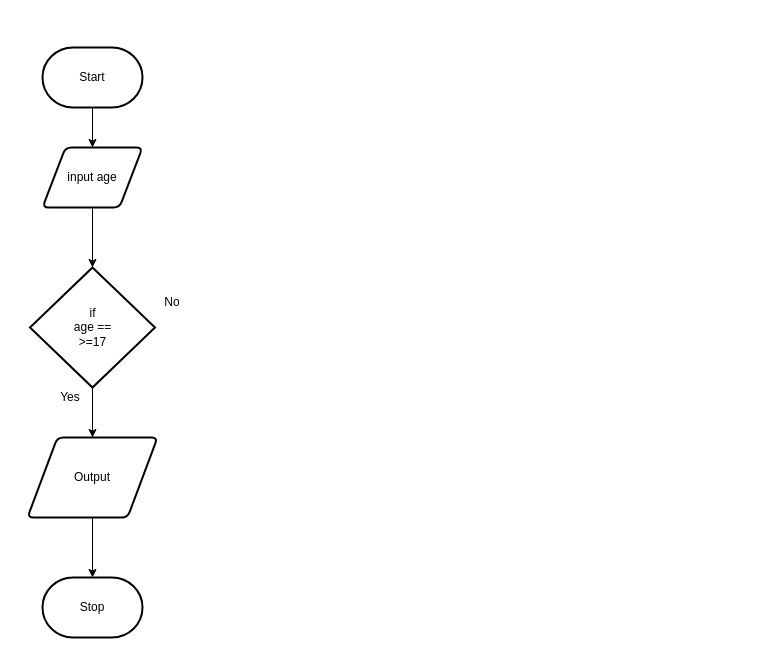
Liya-Getachew/ICS2O-Unit5-03-JS keeps this draw.io diagram as design/flow-chart.drawio. Above is the earlier version. Source tidied: cells renumbered, new cells numbered last; positions are measured from the earlier drawing's top-left corner, leaving out a move shared by most shapes. Both pictures are drawn from the tidied source at 100%, with x=0, y=0 at pixel (27, 47).
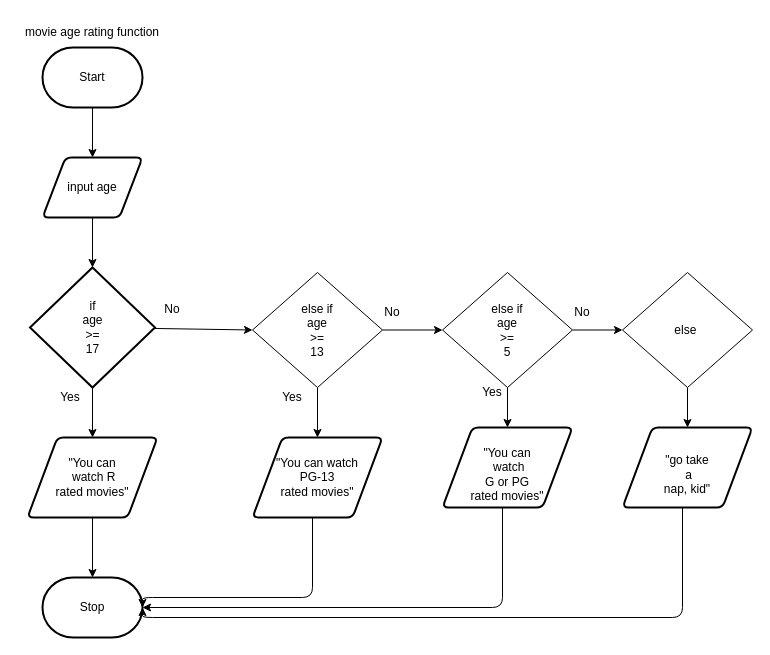
After the change.

Commit message (it also covers changes not shown here):
chart and board edit

Unchanged cells that the change refers to:
```xml
<mxCell id="8" value="Stop" style="strokeWidth=2;html=1;shape=mxgraph.flowchart.terminator;whiteSpace=wrap;" parent="1" vertex="1">
  <mxGeometry x="15" y="530" width="100" height="60" as="geometry" />
</mxCell>
```

What changed in the source:
```diff
@@
     <mxCell id="5" value="input age" style="shape=parallelogram;html=1;strokeWidth=2;perimeter=parallelogramPerimeter;whiteSpace=wrap;rounded=1;arcSize=12;size=0.23;" parent="1" vertex="1">
-      <mxGeometry x="15" y="100" width="100" height="60" as="geometry" />
+      <mxGeometry x="15" y="110" width="100" height="60" as="geometry" />
     </mxCell>
@@
-    <mxCell id="7" value="Output" style="shape=parallelogram;html=1;strokeWidth=2;perimeter=parallelogramPerimeter;whiteSpace=wrap;rounded=1;arcSize=12;size=0.23;" parent="1" vertex="1">
+    <mxCell id="7" value="&quot;You can&lt;br&gt;&amp;nbsp;watch R&lt;br&gt;rated movies&quot;" style="shape=parallelogram;html=1;strokeWidth=2;perimeter=parallelogramPerimeter;whiteSpace=wrap;rounded=1;arcSize=12;size=0.23;" parent="1" vertex="1">
       <mxGeometry y="390" width="130" height="80" as="geometry" />
     </mxCell>
@@
+    <mxCell id="13" style="edgeStyle=none;html=1;entryX=0;entryY=0.5;entryDx=0;entryDy=0;" parent="1" edge="1" source="10" target="17">
+      <mxGeometry relative="1" as="geometry" />
+    </mxCell>
-    <mxCell id="10" value="if&lt;br&gt;age ==&lt;br&gt;&amp;gt;=17" style="strokeWidth=2;html=1;shape=mxgraph.flowchart.decision;whiteSpace=wrap;" parent="1" vertex="1">
+    <mxCell id="10" value="if&lt;br&gt;age &lt;br&gt;&amp;gt;= &lt;br&gt;17" style="strokeWidth=2;html=1;shape=mxgraph.flowchart.decision;whiteSpace=wrap;" parent="1" vertex="1">
       <mxGeometry x="2.5" y="220" width="125" height="120" as="geometry" />
     </mxCell>
@@
     <mxCell id="12" value="No" style="text;html=1;strokeColor=none;fillColor=none;align=center;verticalAlign=middle;whiteSpace=wrap;rounded=0;" parent="1" vertex="1">
-      <mxGeometry x="115" y="240" width="60" height="30" as="geometry" />
+      <mxGeometry x="115" y="247" width="60" height="30" as="geometry" />
     </mxCell>
+    <mxCell id="14" value="movie age rating function" style="text;html=1;strokeColor=none;fillColor=none;align=center;verticalAlign=middle;whiteSpace=wrap;rounded=0;" parent="1" vertex="1">
+      <mxGeometry x="-10" y="-30" width="150" height="30" as="geometry" />
+    </mxCell>
+    <mxCell id="15" style="edgeStyle=none;html=1;entryX=0.5;entryY=0;entryDx=0;entryDy=0;" parent="1" edge="1" source="17" target="19">
+      <mxGeometry relative="1" as="geometry" />
+    </mxCell>
+    <mxCell id="16" style="edgeStyle=none;html=1;entryX=0;entryY=0.5;entryDx=0;entryDy=0;" parent="1" edge="1" source="17" target="24">
+      <mxGeometry relative="1" as="geometry" />
+    </mxCell>
+    <mxCell id="17" value="else if&lt;br&gt;age &lt;br&gt;&amp;gt;=&lt;br&gt;13" style="rhombus;whiteSpace=wrap;html=1;" parent="1" vertex="1">
+      <mxGeometry x="225" y="225" width="130" height="115" as="geometry" />
+    </mxCell>
+    <mxCell id="18" style="edgeStyle=orthogonalEdgeStyle;html=1;entryX=1;entryY=0.5;entryDx=0;entryDy=0;entryPerimeter=0;" parent="1" edge="1" source="19" target="8">
+      <mxGeometry relative="1" as="geometry">
+        <Array as="points">
+          <mxPoint x="285" y="550" />
+          <mxPoint x="115" y="550" />
+        </Array>
+      </mxGeometry>
+    </mxCell>
+    <mxCell id="19" value="&quot;You can watch &lt;br&gt;PG-13&lt;br&gt;rated movies&quot;" style="shape=parallelogram;html=1;strokeWidth=2;perimeter=parallelogramPerimeter;whiteSpace=wrap;rounded=1;arcSize=12;size=0.23;" parent="1" vertex="1">
+      <mxGeometry x="225" y="390" width="130" height="80" as="geometry" />
+    </mxCell>
+    <mxCell id="20" value="Yes" style="text;html=1;strokeColor=none;fillColor=none;align=center;verticalAlign=middle;whiteSpace=wrap;rounded=0;" parent="1" vertex="1">
+      <mxGeometry x="235" y="335" width="60" height="30" as="geometry" />
+    </mxCell>
+    <mxCell id="21" value="No" style="text;html=1;strokeColor=none;fillColor=none;align=center;verticalAlign=middle;whiteSpace=wrap;rounded=0;" parent="1" vertex="1">
+      <mxGeometry x="335" y="250" width="60" height="30" as="geometry" />
+    </mxCell>
+    <mxCell id="22" style="edgeStyle=orthogonalEdgeStyle;html=1;entryX=0.5;entryY=0;entryDx=0;entryDy=0;" parent="1" edge="1" source="24" target="26">
+      <mxGeometry relative="1" as="geometry" />
+    </mxCell>
+    <mxCell id="23" style="edgeStyle=orthogonalEdgeStyle;html=1;entryX=0;entryY=0.5;entryDx=0;entryDy=0;" parent="1" edge="1" source="24" target="29">
+      <mxGeometry relative="1" as="geometry" />
+    </mxCell>
+    <mxCell id="24" value="else if&lt;br&gt;age &lt;br&gt;&amp;gt;=&lt;br&gt;5" style="rhombus;whiteSpace=wrap;html=1;" parent="1" vertex="1">
+      <mxGeometry x="415" y="225" width="130" height="115" as="geometry" />
+    </mxCell>
+    <mxCell id="25" style="edgeStyle=orthogonalEdgeStyle;html=1;entryX=1;entryY=0.5;entryDx=0;entryDy=0;entryPerimeter=0;" parent="1" edge="1" source="26" target="8">
+      <mxGeometry relative="1" as="geometry">
+        <Array as="points">
+          <mxPoint x="475" y="560" />
+        </Array>
+      </mxGeometry>
+    </mxCell>
+    <mxCell id="26" value="&lt;br&gt;&quot;You can&lt;br&gt;&amp;nbsp;watch &lt;br&gt;G or PG&lt;br&gt;rated movies&quot;" style="shape=parallelogram;html=1;strokeWidth=2;perimeter=parallelogramPerimeter;whiteSpace=wrap;rounded=1;arcSize=12;size=0.23;" parent="1" vertex="1">
+      <mxGeometry x="415" y="380" width="130" height="80" as="geometry" />
+    </mxCell>
+    <mxCell id="27" value="Yes" style="text;html=1;strokeColor=none;fillColor=none;align=center;verticalAlign=middle;whiteSpace=wrap;rounded=0;" parent="1" vertex="1">
+      <mxGeometry x="435" y="330" width="60" height="30" as="geometry" />
+    </mxCell>
+    <mxCell id="28" style="edgeStyle=orthogonalEdgeStyle;html=1;" parent="1" edge="1" source="29" target="32">
+      <mxGeometry relative="1" as="geometry" />
+    </mxCell>
+    <mxCell id="29" value="else&amp;nbsp;" style="rhombus;whiteSpace=wrap;html=1;" parent="1" vertex="1">
+      <mxGeometry x="595" y="225" width="130" height="115" as="geometry" />
+    </mxCell>
+    <mxCell id="30" value="No" style="text;html=1;strokeColor=none;fillColor=none;align=center;verticalAlign=middle;whiteSpace=wrap;rounded=0;" parent="1" vertex="1">
+      <mxGeometry x="525" y="250" width="60" height="30" as="geometry" />
+    </mxCell>
+    <mxCell id="31" style="edgeStyle=orthogonalEdgeStyle;html=1;entryX=1;entryY=0.5;entryDx=0;entryDy=0;entryPerimeter=0;" parent="1" edge="1" source="32" target="8">
+      <mxGeometry relative="1" as="geometry">
+        <Array as="points">
+          <mxPoint x="655" y="570" />
+          <mxPoint x="115" y="570" />
+        </Array>
+      </mxGeometry>
+    </mxCell>
+    <mxCell id="32" value="&lt;br&gt;&quot;go take&lt;br&gt;&amp;nbsp;a&lt;br&gt;nap, kid&quot;" style="shape=parallelogram;html=1;strokeWidth=2;perimeter=parallelogramPerimeter;whiteSpace=wrap;rounded=1;arcSize=12;size=0.23;" parent="1" vertex="1">
+      <mxGeometry x="595" y="380" width="130" height="80" as="geometry" />
+    </mxCell>
```
